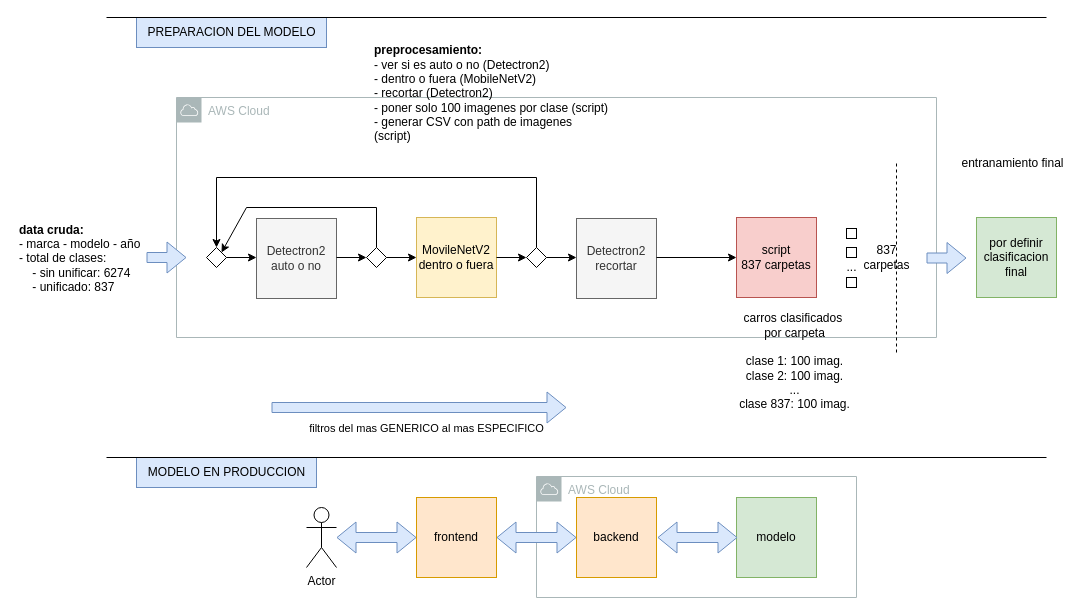
Before: documentation/Diagrama sin título.drawio in josueelias9/AI-resnet_retraining, a draw.io diagram. Source tidied: cells renumbered, new cells numbered last; positions are measured from the earlier drawing's top-left corner, leaving out a move shared by most shapes. Both pictures are drawn from the tidied source at 100%, with x=0, y=0 at pixel (17, 17).
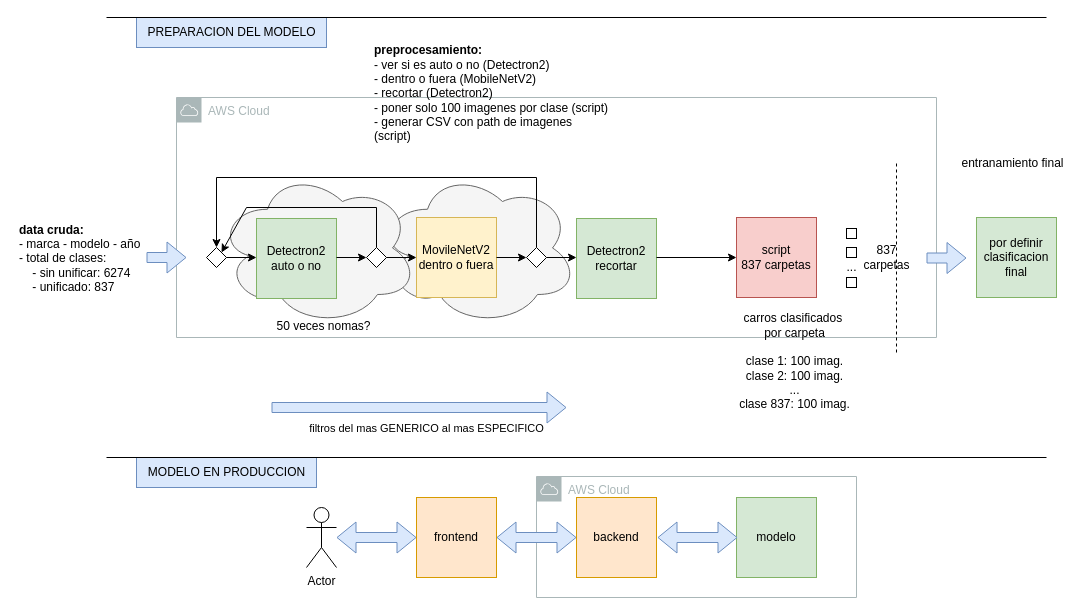
Above is the later version.

Diff of the diagram source:
```diff
@@
+    <mxCell id="3" value="AWS Cloud" style="sketch=0;gradientColor=none;html=1;whiteSpace=wrap;fontSize=12;fontStyle=0;shape=mxgraph.aws4.group;grIcon=mxgraph.aws4.group_aws_cloud;strokeColor=#AAB7B8;fillColor=none;verticalAlign=top;align=left;spacingLeft=30;fontColor=#AAB7B8;dashed=0;" parent="1" vertex="1">
+      <mxGeometry x="159" y="80" width="760" height="240" as="geometry" />
+    </mxCell>
+    <mxCell id="45" style="ellipse;shape=cloud;whiteSpace=wrap;html=1;fillColor=#f5f5f5;fontColor=#333333;strokeColor=#666666;" parent="1" vertex="1">
+      <mxGeometry x="360" y="153" width="200" height="155" as="geometry" />
+    </mxCell>
+    <mxCell id="46" style="ellipse;shape=cloud;whiteSpace=wrap;html=1;fillColor=#f5f5f5;fontColor=#333333;strokeColor=#666666;" parent="1" vertex="1">
+      <mxGeometry x="200" y="153" width="200" height="155" as="geometry" />
+    </mxCell>
@@
-    <mxCell id="3" value="AWS Cloud" style="sketch=0;gradientColor=none;html=1;whiteSpace=wrap;fontSize=12;fontStyle=0;shape=mxgraph.aws4.group;grIcon=mxgraph.aws4.group_aws_cloud;strokeColor=#AAB7B8;fillColor=none;verticalAlign=top;align=left;spacingLeft=30;fontColor=#AAB7B8;dashed=0;" parent="1" vertex="1">
-      <mxGeometry x="159" y="80" width="760" height="240" as="geometry" />
-    </mxCell>
-    <mxCell id="4" value="Detectron2&lt;br&gt;auto o no" style="whiteSpace=wrap;html=1;fillColor=#f5f5f5;fontColor=#333333;strokeColor=#666666;" parent="1" vertex="1">
+    <mxCell id="4" value="Detectron2&lt;br&gt;auto o no" style="whiteSpace=wrap;html=1;fillColor=#d5e8d4;strokeColor=#82b366;" parent="1" vertex="1">
       <mxGeometry x="239" y="201" width="80" height="80" as="geometry" />
     </mxCell>
@@
-    <mxCell id="11" value="Detectron2&lt;br&gt;recortar" style="whiteSpace=wrap;html=1;fillColor=#f5f5f5;fontColor=#333333;strokeColor=#666666;" parent="1" vertex="1">
+    <mxCell id="11" value="Detectron2&lt;br&gt;recortar" style="whiteSpace=wrap;html=1;fillColor=#d5e8d4;strokeColor=#82b366;" parent="1" vertex="1">
       <mxGeometry x="559" y="201" width="80" height="80" as="geometry" />
     </mxCell>
@@
+    <mxCell id="47" value="50 veces nomas?" style="text;html=1;align=center;verticalAlign=middle;strokeColor=none;fillColor=none;" parent="1" vertex="1">
+      <mxGeometry x="250" y="296" width="112" height="26" as="geometry" />
+    </mxCell>
```
